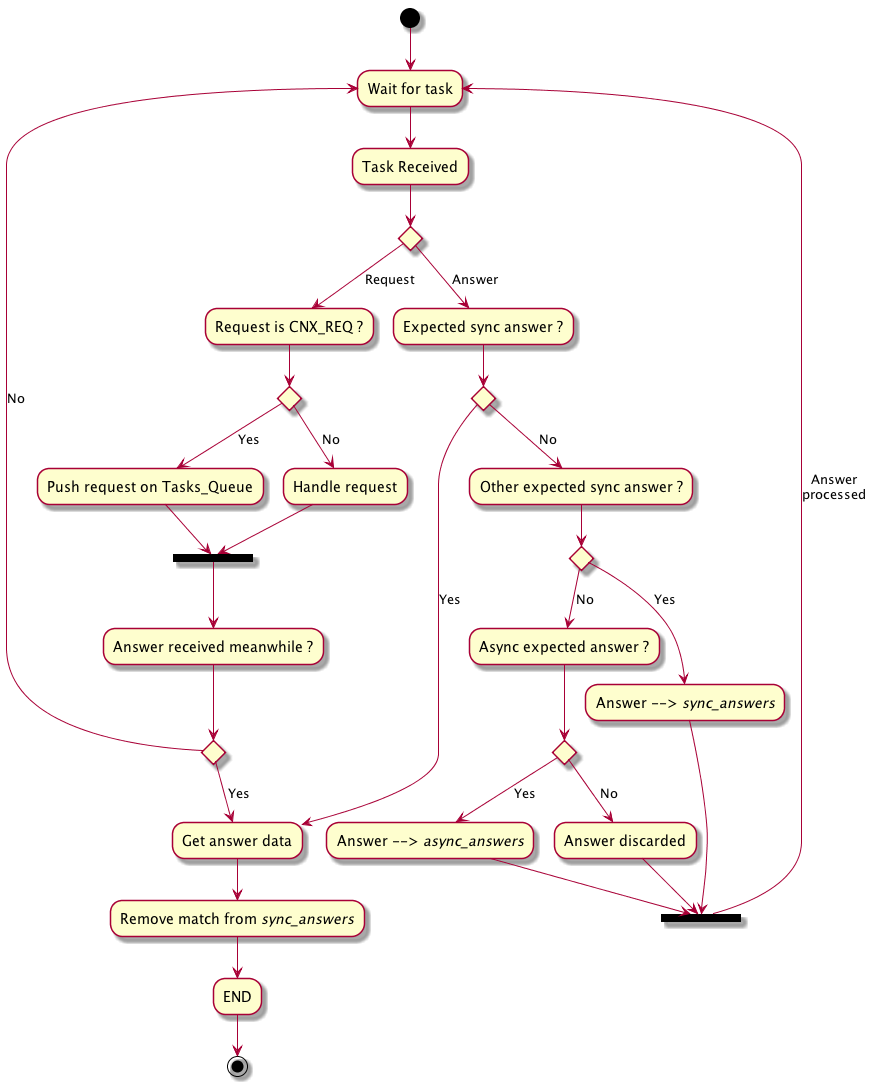
The PlantUML diagram doc/UML/Algo_recept_Send_Sync.png in tof25/DST, before a commit.
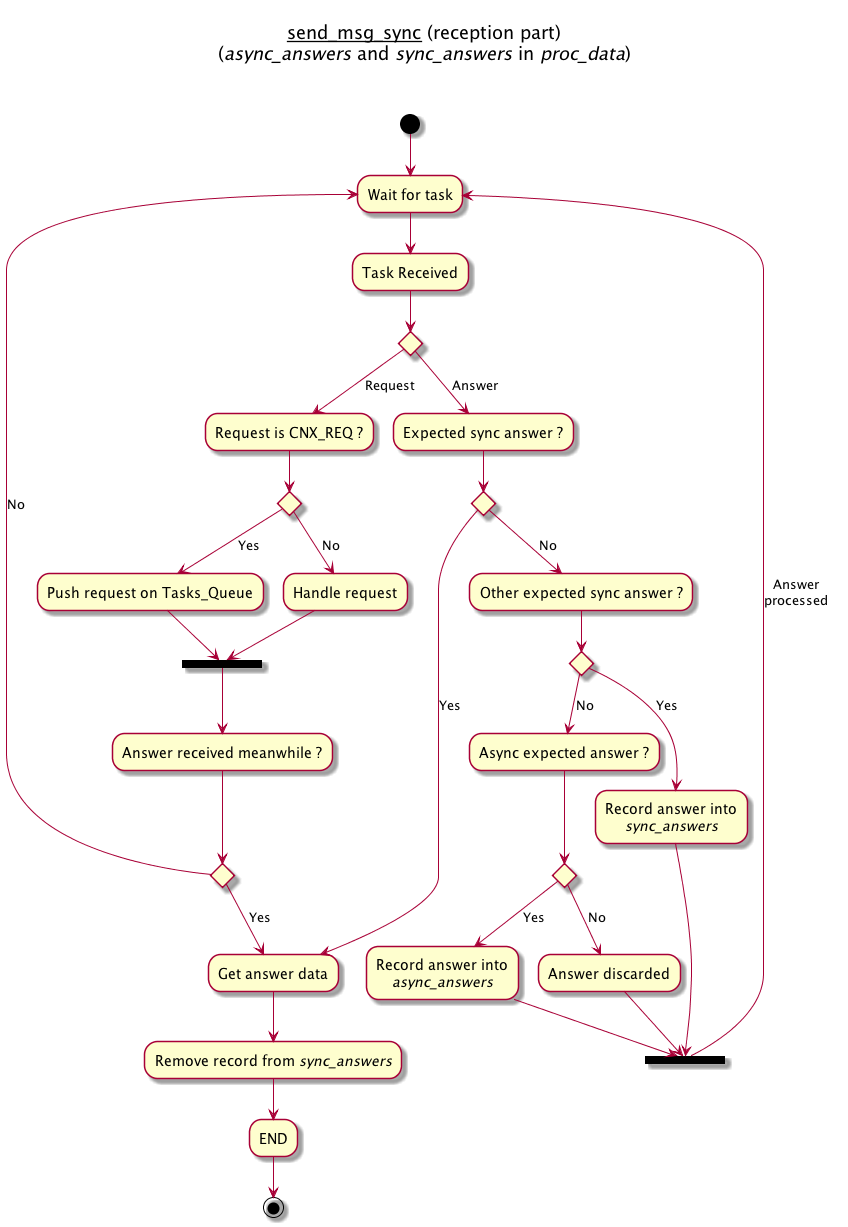
After the change.

Commit message:
Algos wait_for_completion et recept_send_msg_sync terminés

The edit, as a diff of the source:
```diff
@@ -1,4 +1,6 @@
 @startuml
+title \n<u>send_msg_sync</u> (reception part)\n(<i>async_answers</i> and <i>sync_answers</i> in <i>proc_data</i>)\n\n
+
 (*top) -->"Wait for task"
 -->"Task Received"
 
@@ -14,7 +16,7 @@
     == REQUEST_PROCESSED == --> "Answer received meanwhile ?"
     if "" then
         -->[Yes] "Get answer data"
-        --> "Remove match from <i>sync_answers</i>"
+        --> "Remove record from <i>sync_answers</i>"
         --> "END"
         -->(*)
     else
@@ -28,12 +30,12 @@
     else
         -->[No] "Other expected sync answer ?"
         if "" then
-            -->[Yes] "Answer --> <i>sync_answers</i>"
+            -->[Yes] "Record answer into\n<i>sync_answers</i>"
             --> == ANSWER_PROCESSED ==
         else
             -->[No] "Async expected answer ?"
             if "" then
-                -->[Yes] "Answer --> <i>async_answers</i>"
+                -->[Yes] "Record answer into\n<i>async_answers</i>"
                 --> == ANSWER_PROCESSED ==
             else
                 -->[No] "Answer discarded"
```
